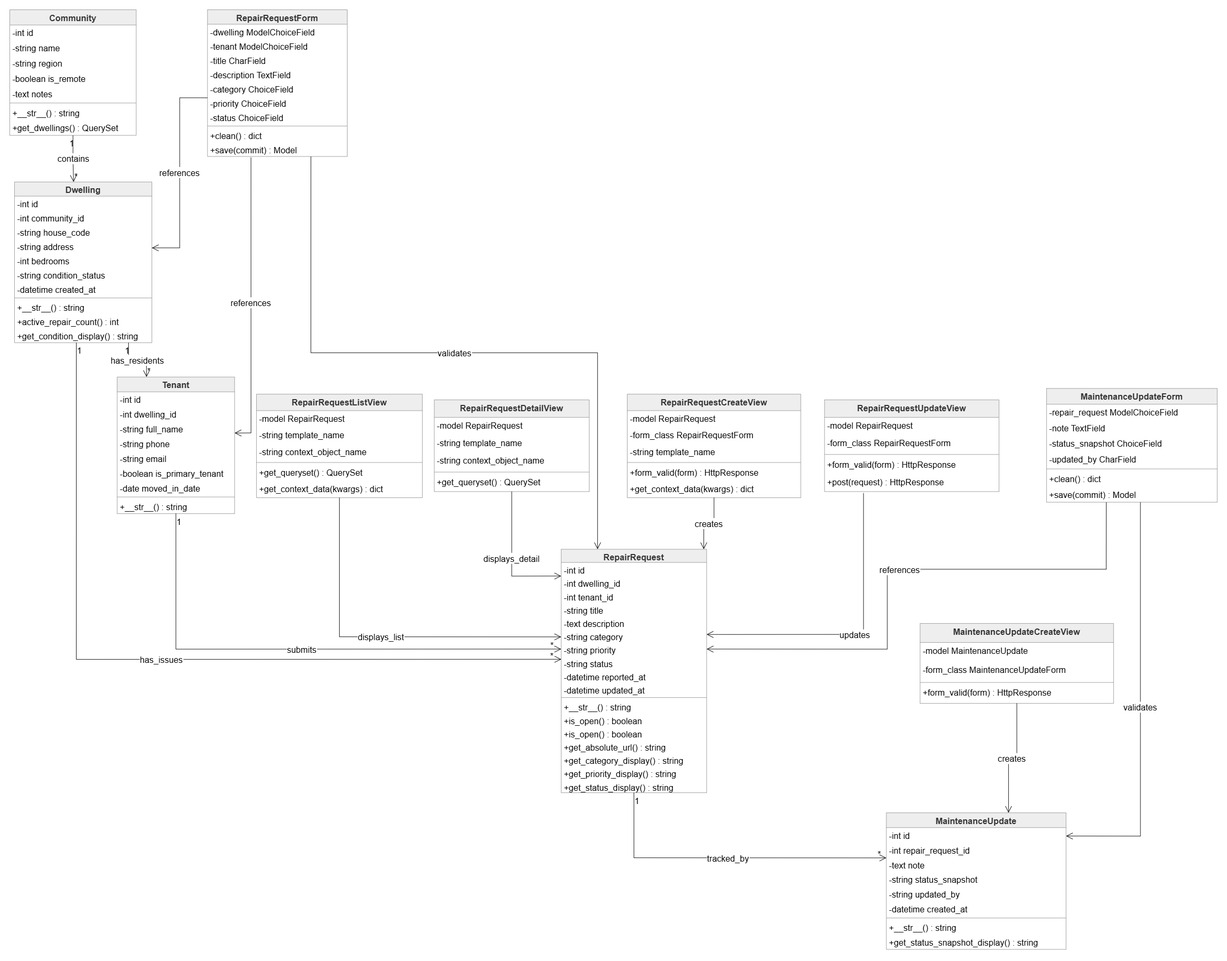
This is Diagrams/Class Diagram.png from Kamal03102006/Group3_S126_HIT237-_Building-Interactive-Software, a draw.io export, as it was before one commit. Source tidied: cells renumbered, new cells last; positions are measured from the earlier drawing's top-left corner, leaving out a move shared by most shapes.
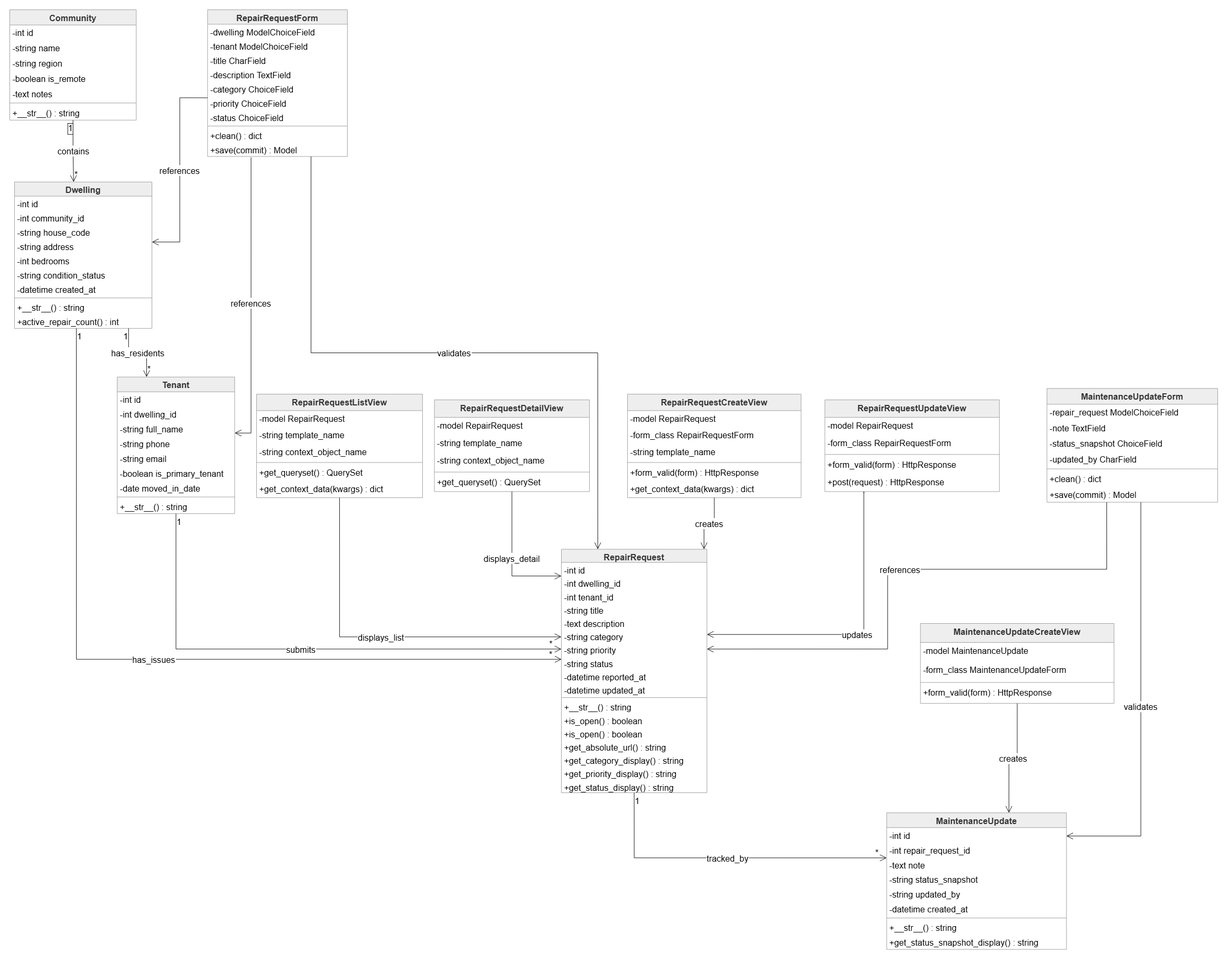
The same diagram one commit later.

Diff of the diagram source:
```diff
@@ -1,9 +1,9 @@
-<mxGraphModel>
+<mxGraphModel background="#ffffff">
   <root>
     <mxCell id="0" />
     <mxCell id="1" parent="0" />
     <mxCell id="2" value="Community" style="swimlane;fontStyle=1;align=center;verticalAlign=top;horizontal=1;startSize=32;fillColor=light-dark(#eeeeee,#1f2020);strokeColor=light-dark(#999999,#cccccc);fontColor=light-dark(#333333,#cccccc);fontSize=18;" parent="1" vertex="1">
-      <mxGeometry width="266" height="264" as="geometry" />
+      <mxGeometry width="266" height="232" as="geometry" />
     </mxCell>
     <mxCell id="3" value="-int id" style="text;strokeColor=none;fillColor=none;align=left;verticalAlign=top;spacingLeft=4;spacingRight=4;overflow=hidden;fontSize=18;" parent="2" vertex="1">
       <mxGeometry y="32" width="266" height="32" as="geometry" />
@@ -26,11 +26,8 @@
     <mxCell id="9" value="+__str__() : string" style="text;strokeColor=none;fillColor=none;align=left;verticalAlign=top;spacingLeft=4;spacingRight=4;overflow=hidden;fontSize=18;" parent="2" vertex="1">
       <mxGeometry y="200" width="266" height="32" as="geometry" />
     </mxCell>
-    <mxCell id="10" value="+get_dwellings() : QuerySet" style="text;strokeColor=none;fillColor=none;align=left;verticalAlign=top;spacingLeft=4;spacingRight=4;overflow=hidden;fontSize=18;" parent="2" vertex="1">
-      <mxGeometry y="232" width="266" height="32" as="geometry" />
-    </mxCell>
     <mxCell id="11" value="Dwelling" style="swimlane;fontStyle=1;align=center;verticalAlign=top;horizontal=1;startSize=29.818181818181817;fillColor=light-dark(#eeeeee,#1f2020);strokeColor=light-dark(#999999,#cccccc);fontColor=light-dark(#333333,#cccccc);fontSize=18;" parent="1" vertex="1">
-      <mxGeometry x="10" y="362" width="289" height="337.8" as="geometry" />
+      <mxGeometry x="10" y="362" width="289" height="307.8" as="geometry" />
     </mxCell>
     <mxCell id="12" value="-int id" style="text;strokeColor=none;fillColor=none;align=left;verticalAlign=top;spacingLeft=4;spacingRight=4;overflow=hidden;fontSize=18;" parent="11" vertex="1">
       <mxGeometry y="29.8" width="289" height="30" as="geometry" />
@@ -62,9 +59,6 @@
     <mxCell id="21" value="+active_repair_count() : int" style="text;strokeColor=none;fillColor=none;align=left;verticalAlign=top;spacingLeft=4;spacingRight=4;overflow=hidden;fontSize=18;" parent="11" vertex="1">
       <mxGeometry y="277.8" width="289" height="30" as="geometry" />
     </mxCell>
-    <mxCell id="22" value="+get_condition_display() : string" style="text;strokeColor=none;fillColor=none;align=left;verticalAlign=top;spacingLeft=4;spacingRight=4;overflow=hidden;fontSize=18;" parent="11" vertex="1">
-      <mxGeometry y="307.8" width="289" height="30" as="geometry" />
-    </mxCell>
     <mxCell id="23" value="Tenant" style="swimlane;fontStyle=1;align=center;verticalAlign=top;horizontal=1;startSize=31.11111111111111;fillColor=light-dark(#eeeeee,#1f2020);strokeColor=light-dark(#999999,#cccccc);fontColor=light-dark(#333333,#cccccc);fontSize=18;" parent="1" vertex="1">
       <mxGeometry x="226" y="772" width="247" height="287.1" as="geometry" />
     </mxCell>
@@ -335,7 +329,7 @@
     <mxCell id="112" value="contains" style="startArrow=none;endArrow=open;endSize=12;exitX=0.5;exitY=1;entryX=0.43;entryY=0;rounded=0;edgeStyle=orthogonalEdgeStyle;fontSize=18;" parent="1" edge="1" source="2" target="11">
       <mxGeometry relative="1" as="geometry" />
     </mxCell>
-    <mxCell id="113" value="1" style="edgeLabel;labelBackgroundColor=none;fontSize=18;align=right;verticalAlign=top;" parent="112" vertex="1">
+    <mxCell id="113" value="1" style="edgeLabel;labelBackgroundColor=default;fontSize=18;align=right;verticalAlign=top;html=1;labelBorderColor=default;" parent="112" vertex="1">
       <mxGeometry x="-1" relative="1" as="geometry" />
     </mxCell>
     <mxCell id="114" value="*" style="edgeLabel;labelBackgroundColor=none;fontSize=18;align=left;verticalAlign=bottom;" parent="112" vertex="1">
```
